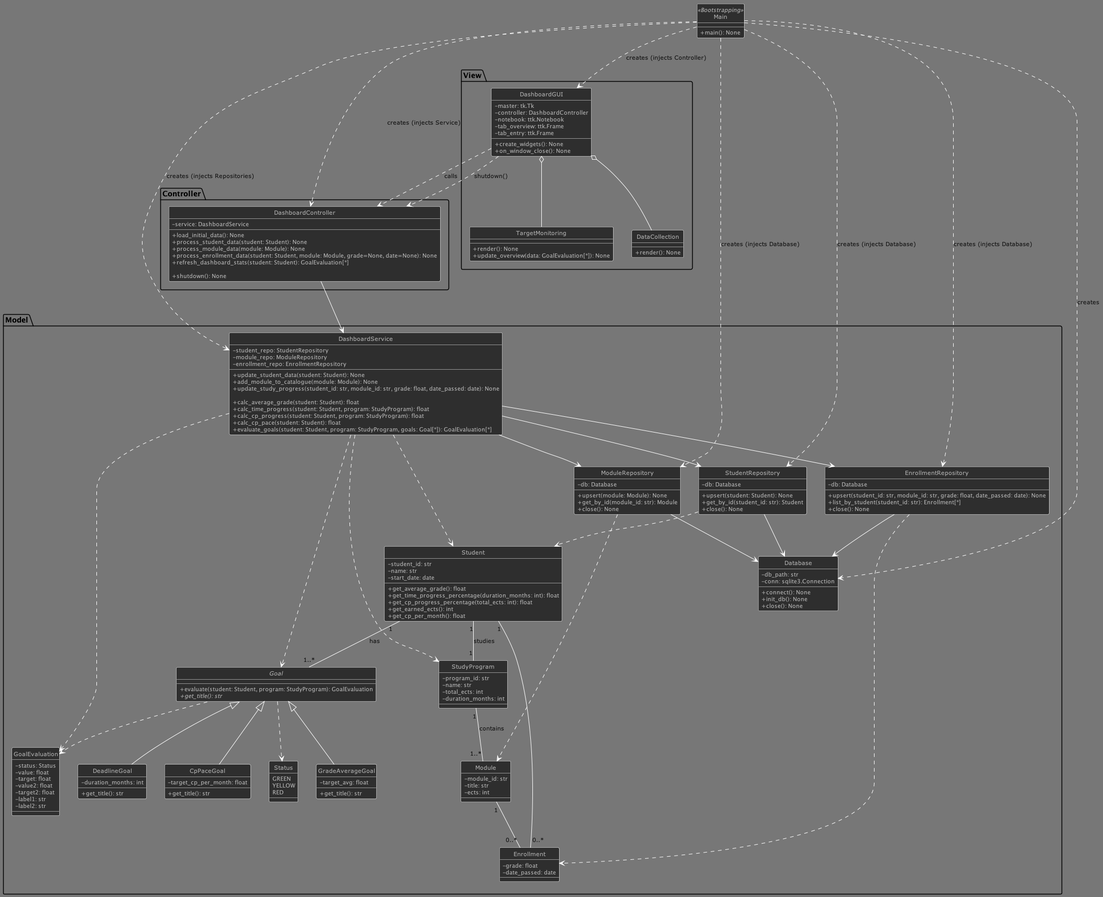
This is out/EntidyUML/DashboardUML_MVC_StrictDI.png from peter-wolf72/IU-Dashboard, a PlantUML export, as it was before one commit. Source of this version:
```plantuml
@startuml DashboardUML_MVC_StrictDI
!define DARKBLUE
!include style.plantuml
hide circle
skinparam classAttributeIconSize 0

class Main <<Bootstrapping>>{
  +main(): None
}

package "Model" {

  together {
    class Student {
      -student_id: str
      -name: str
      -start_date: date

      +get_average_grade(): float
      +get_time_progress_percentage(duration_months: int): float
      +get_cp_progress_percentage(total_ects: int): float
      +get_earned_ects(): int
      +get_cp_per_month(): float
    }

    class Enrollment {
      -grade: float
      -date_passed: date
    }

    class Module {
      -module_id: str
      -title: str
      -ects: int
    }

    class StudyProgram {
      -program_id: str
      -name: str
      -total_ects: int
      -duration_months: int
    }
  }

  Student "1" -- "0..*" Enrollment
  Module  "1" -- "0..*" Enrollment
  Student "1" -- "1" StudyProgram : studies
  StudyProgram "1" -- "1..*" Module : contains

  enum Status {
    GREEN
    YELLOW
    RED
  }

  class GoalEvaluation {
    -status: Status
    -value: float
    -target: float
    -value2: float
    -target2: float
    -label1: str
    -label2: str
  }

  abstract class Goal {
    +evaluate(student: Student, program: StudyProgram): GoalEvaluation
    {abstract} +get_title(): str
  }

  Student "1" -- "1..*" Goal : has
  Goal ..> GoalEvaluation
  Goal ..> Status

  class GradeAverageGoal {
    -target_avg: float
    +get_title(): str
  }
  Goal <|-- GradeAverageGoal

  class DeadlineGoal {
    -duration_months: int
    +get_title(): str
  }
  Goal <|-- DeadlineGoal

  class CpPaceGoal {
    -target_cp_per_month: float
    +get_title(): str
  }
  Goal <|-- CpPaceGoal

  class DashboardService {
    -student_repo: StudentRepository
    -module_repo: ModuleRepository
    -enrollment_repo: EnrollmentRepository

    +update_student_data(student: Student): None
    +add_module_to_catalogue(module: Module): None
    +update_study_progress(student_id: str, module_id: str, grade: float, date_passed: date): None

    +calc_average_grade(student: Student): float
    +calc_time_progress(student: Student, program: StudyProgram): float
    +calc_cp_progress(student: Student, program: StudyProgram): float
    +calc_cp_pace(student: Student): float
    +evaluate_goals(student: Student, program: StudyProgram, goals: Goal[*]): GoalEvaluation[*]
  }
  together {
    class Database {
      -db_path: str
      -conn: sqlite3.Connection
      +connect(): None
      +init_db(): None
      +close(): None
    }

    class StudentRepository {
      -db: Database
      +upsert(student: Student): None
      +get_by_id(student_id: str): Student
      +close(): None
    }
    class ModuleRepository {
      -db: Database
      +upsert(module: Module): None
      +get_by_id(module_id: str): Module
      +close(): None
    }


    class EnrollmentRepository {
      -db: Database
      +upsert(student_id: str, module_id: str, grade: float, date_passed: date): None
      +list_by_student(student_id: str): Enrollment[*]
      +close(): None
    }
  }

  StudentRepository --> Database
  ModuleRepository --> Database
  EnrollmentRepository --> Database

  StudentRepository ..> Student
  ModuleRepository ..> Module
  EnrollmentRepository ..> Enrollment

  DashboardService ..> Student
  DashboardService ..> StudyProgram
  DashboardService ..> Goal
  DashboardService ..> GoalEvaluation
  DashboardService --> StudentRepository
  DashboardService --> ModuleRepository
  DashboardService --> EnrollmentRepository

}

package "Controller" {
  class DashboardController {
    -service: DashboardService

    +load_initial_data(): None
    +process_student_data(student: Student): None
    +process_module_data(module: Module): None
    +process_enrollment_data(student: Student, module: Module, grade=None, date=None): None
    +refresh_dashboard_stats(student: Student): GoalEvaluation[*]

    +shutdown(): None
  }
  DashboardController --> DashboardService
}

package "View" {
  class DashboardGUI {
    -master: tk.Tk
    -controller: DashboardController
    -notebook: ttk.Notebook
    -tab_overview: ttk.Frame
    -tab_entry: ttk.Frame

    +create_widgets(): None
    +on_window_close(): None
  }

  class TargetMonitoring {
    +render(): None
    +update_overview(data: GoalEvaluation[*]): None
  }

  class DataCollection {
    +render(): None
  }

  DashboardGUI o-- TargetMonitoring
  DashboardGUI o-- DataCollection

  DashboardGUI ..> DashboardController : calls
}

Main ..> Database : creates
Main ..> StudentRepository : creates (injects Database)
Main ..> ModuleRepository : creates (injects Database)
Main ..> EnrollmentRepository : creates (injects Database)
Main ..> DashboardService : creates (injects Repositories)
Main ..> DashboardController : creates (injects Service)
Main ..> DashboardGUI : creates (injects Controller)


DashboardGUI ..> DashboardController : shutdown()

@enduml
```
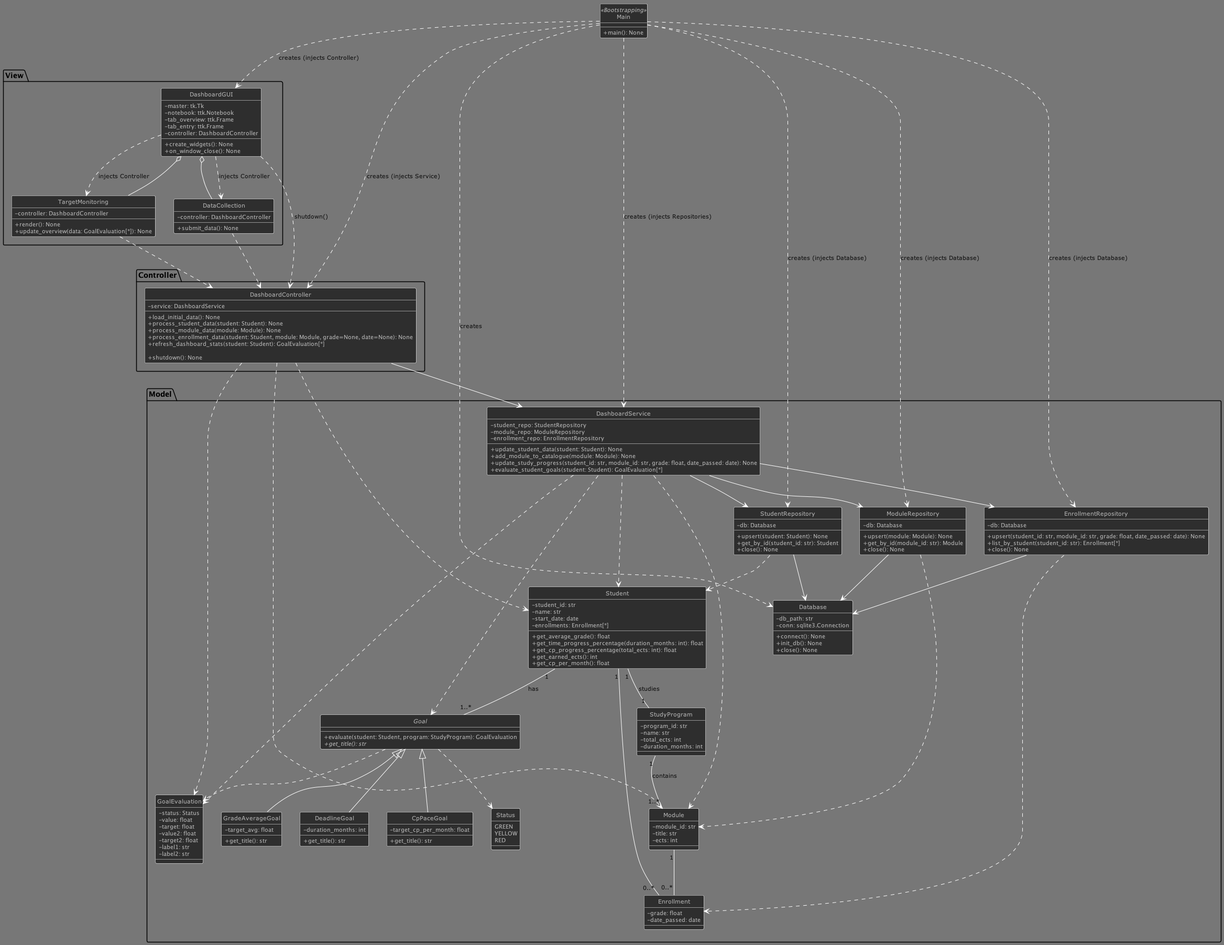
After the change.

Commit message:
TargetMonitoring ..> GoalEvaluation nachgetragen

Diff of the diagram source:
```diff
@@ -15,6 +15,7 @@
       -student_id: str
       -name: str
       -start_date: date
+      -enrollments: Enrollment[*]
 
       +get_average_grade(): float
       +get_time_progress_percentage(duration_months: int): float
@@ -98,12 +99,7 @@
     +update_student_data(student: Student): None
     +add_module_to_catalogue(module: Module): None
     +update_study_progress(student_id: str, module_id: str, grade: float, date_passed: date): None
-
-    +calc_average_grade(student: Student): float
-    +calc_time_progress(student: Student, program: StudyProgram): float
-    +calc_cp_progress(student: Student, program: StudyProgram): float
-    +calc_cp_pace(student: Student): float
-    +evaluate_goals(student: Student, program: StudyProgram, goals: Goal[*]): GoalEvaluation[*]
+    +evaluate_student_goals(student: Student): GoalEvaluation[*]
   }
   together {
     class Database {
@@ -145,7 +141,7 @@
   EnrollmentRepository ..> Enrollment
 
   DashboardService ..> Student
-  DashboardService ..> StudyProgram
+  DashboardService ..> Module
   DashboardService ..> Goal
   DashboardService ..> GoalEvaluation
   DashboardService --> StudentRepository
@@ -167,33 +163,42 @@
     +shutdown(): None
   }
   DashboardController --> DashboardService
+  DashboardController ..> GoalEvaluation
+  DashboardController ..> Student
+  DashboardController ..> Module
 }
 
 package "View" {
   class DashboardGUI {
     -master: tk.Tk
-    -controller: DashboardController
     -notebook: ttk.Notebook
     -tab_overview: ttk.Frame
     -tab_entry: ttk.Frame
+    -controller: DashboardController
 
     +create_widgets(): None
     +on_window_close(): None
   }
 
   class TargetMonitoring {
+    -controller: DashboardController
     +render(): None
     +update_overview(data: GoalEvaluation[*]): None
   }
 
   class DataCollection {
-    +render(): None
+    -controller: DashboardController
+    +submit_data(): None
   }
 
   DashboardGUI o-- TargetMonitoring
   DashboardGUI o-- DataCollection
 
-  DashboardGUI ..> DashboardController : calls
+  DashboardGUI ..> DataCollection : injects Controller
+  DashboardGUI ..> TargetMonitoring : injects Controller
+
+  TargetMonitoring ..> DashboardController
+  DataCollection ..> DashboardController
 }
 
 Main ..> Database : creates
```
